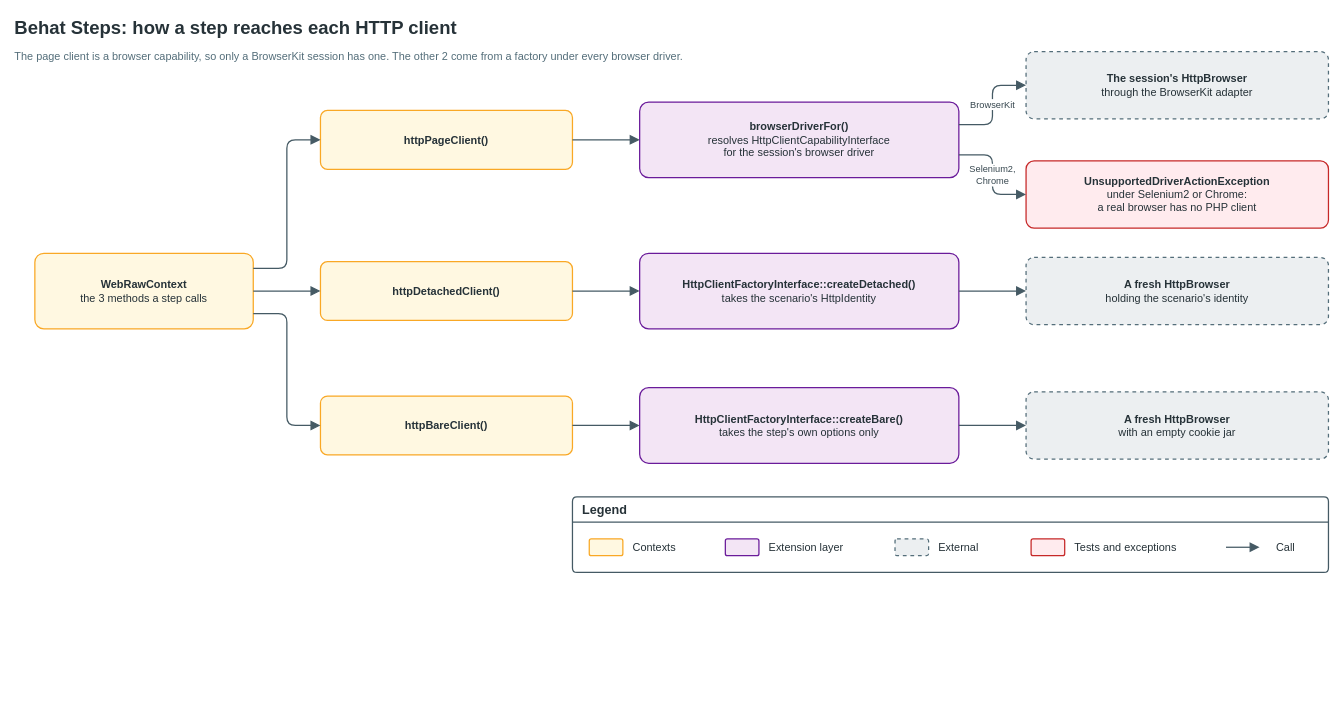
This is docs/content/guides/http-client-methods.drawio from drevops/behat-steps, a draw.io file, before an edit. Source tidied: cells renumbered, new cells numbered last; positions are measured from the earlier drawing's top-left corner, leaving out a move shared by most shapes. Both pictures are drawn from the tidied source at 84%, with x=0, y=0 at pixel (14, 14).
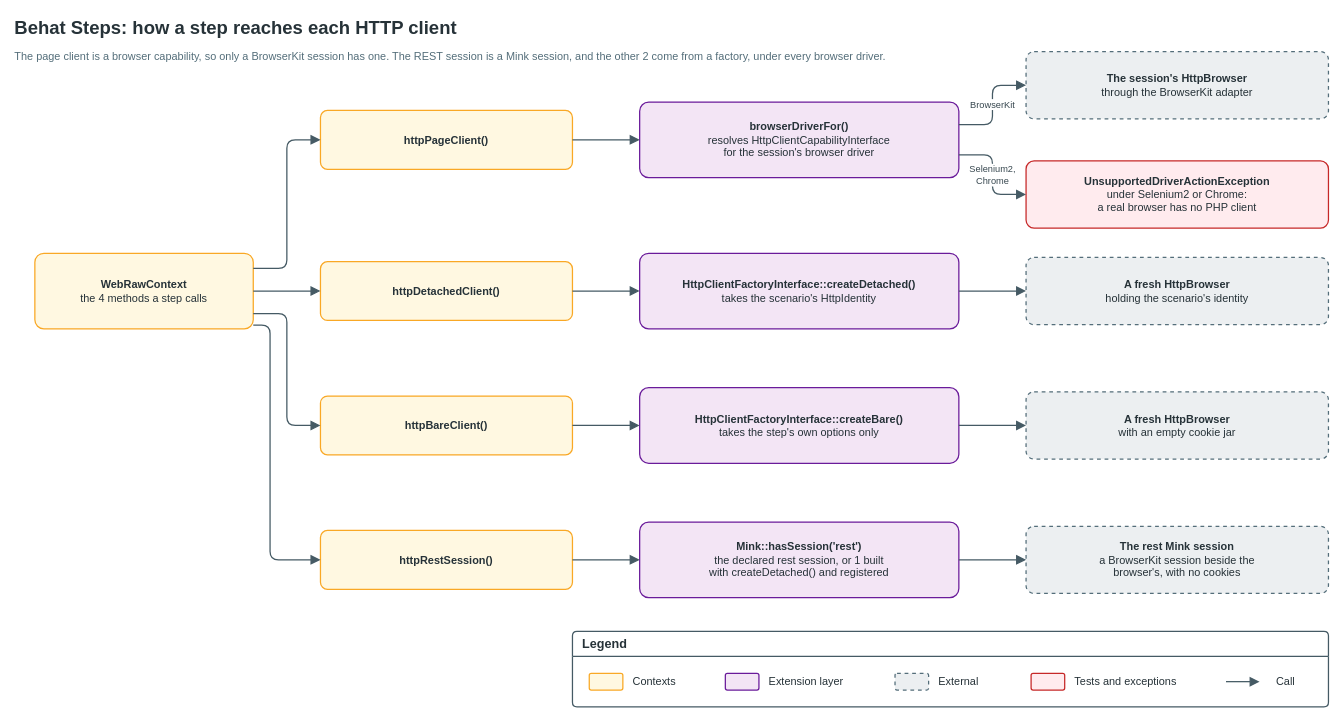
Above is the later version.

What changed in the source:
```diff
@@
-    <mxCell id="3" value="The page client is a browser capability, so only a BrowserKit session has one. The other 2 come from a factory under every browser driver." style="text;html=1;whiteSpace=nowrap;align=left;verticalAlign=middle;spacing=0;fontFamily=Helvetica;fontSize=13;fontColor=#546E7A;" parent="1" vertex="1">
+    <mxCell id="3" value="The page client is a browser capability, so only a BrowserKit session has one. The REST session is a Mink session, and the other 2 come from a factory, under every browser driver." style="text;html=1;whiteSpace=nowrap;align=left;verticalAlign=middle;spacing=0;fontFamily=Helvetica;fontSize=13;fontColor=#546E7A;" parent="1" vertex="1">
       <mxGeometry y="38" width="1180" height="22" as="geometry" />
     </mxCell>
-    <mxCell id="4" value="&lt;b&gt;WebRawContext&lt;/b&gt;&lt;br&gt;the 3 methods a step calls" style="rounded=1;arcSize=12;whiteSpace=wrap;html=1;strokeWidth=1.5;fontFamily=Helvetica;fontSize=13;fontColor=#263238;spacing=8;fillColor=#FFF8E1;strokeColor=#F9A825;" parent="1" vertex="1">
+    <mxCell id="4" value="&lt;b&gt;WebRawContext&lt;/b&gt;&lt;br&gt;the 4 methods a step calls" style="rounded=1;arcSize=12;whiteSpace=wrap;html=1;strokeWidth=1.5;fontFamily=Helvetica;fontSize=13;fontColor=#263238;spacing=8;fillColor=#FFF8E1;strokeColor=#F9A825;" parent="1" vertex="1">
       <mxGeometry x="24" y="284" width="260" height="90" as="geometry" />
     </mxCell>
@@
+    <mxCell id="36" value="&lt;b&gt;httpRestSession()&lt;/b&gt;" style="rounded=1;arcSize=12;whiteSpace=wrap;html=1;strokeWidth=1.5;fontFamily=Helvetica;fontSize=13;fontColor=#263238;spacing=8;fillColor=#FFF8E1;strokeColor=#F9A825;" parent="1" vertex="1">
+      <mxGeometry x="364" y="614" width="300" height="70" as="geometry" />
+    </mxCell>
+    <mxCell id="37" value="&lt;b&gt;Mink::hasSession('rest')&lt;/b&gt;&lt;br&gt;the declared rest session, or 1 built&lt;br&gt;with createDetached() and registered" style="rounded=1;arcSize=12;whiteSpace=wrap;html=1;strokeWidth=1.5;fontFamily=Helvetica;fontSize=13;fontColor=#263238;spacing=8;fillColor=#F3E5F5;strokeColor=#6A1B9A;" parent="1" vertex="1">
+      <mxGeometry x="744" y="604" width="380" height="90" as="geometry" />
+    </mxCell>
+    <mxCell id="38" value="&lt;b&gt;The rest Mink session&lt;/b&gt;&lt;br&gt;a BrowserKit session beside the&lt;br&gt;browser's, with no cookies" style="rounded=1;arcSize=12;whiteSpace=wrap;html=1;strokeWidth=1.5;fontFamily=Helvetica;fontSize=13;fontColor=#263238;spacing=8;fillColor=#ECEFF1;strokeColor=#546E7A;dashed=1;" parent="1" vertex="1">
+      <mxGeometry x="1204" y="609" width="360" height="80" as="geometry" />
+    </mxCell>
     <mxCell id="15" value="Legend" style="swimlane;startSize=30;rounded=1;arcSize=6;html=1;whiteSpace=wrap;fontFamily=Helvetica;fontSize=15;fontStyle=1;fontColor=#263238;align=left;spacingLeft=10;strokeWidth=1.5;fillColor=#FFFFFF;swimlaneFillColor=#FFFFFF;strokeColor=#455A64;" parent="1" vertex="1">
-      <mxGeometry x="664" y="574" width="900" height="90" as="geometry" />
+      <mxGeometry x="664" y="734" width="900" height="90" as="geometry" />
     </mxCell>
@@
+    <mxCell id="39" style="edgeStyle=orthogonalEdgeStyle;rounded=1;jettySize=auto;html=1;strokeWidth=1.5;fontFamily=Helvetica;fontSize=11;fontColor=#37474F;labelBackgroundColor=#ffffff;endSize=8;strokeColor=#455A64;endArrow=block;endFill=1;exitX=1;exitY=0.95;exitDx=0;exitDy=0;entryX=0;entryY=0.5;entryDx=0;entryDy=0;" parent="1" edge="1" source="4" target="36">
+      <mxGeometry relative="1" as="geometry">
+        <Array as="points">
+          <mxPoint x="304" y="369" />
+          <mxPoint x="304" y="649" />
+        </Array>
+      </mxGeometry>
+    </mxCell>
+    <mxCell id="40" style="edgeStyle=orthogonalEdgeStyle;rounded=1;jettySize=auto;html=1;strokeWidth=1.5;fontFamily=Helvetica;fontSize=11;fontColor=#37474F;labelBackgroundColor=#ffffff;endSize=8;strokeColor=#455A64;endArrow=block;endFill=1;exitX=1;exitY=0.5;exitDx=0;exitDy=0;entryX=0;entryY=0.5;entryDx=0;entryDy=0;" parent="1" edge="1" source="36" target="37">
+      <mxGeometry relative="1" as="geometry" />
+    </mxCell>
+    <mxCell id="41" style="edgeStyle=orthogonalEdgeStyle;rounded=1;jettySize=auto;html=1;strokeWidth=1.5;fontFamily=Helvetica;fontSize=11;fontColor=#37474F;labelBackgroundColor=#ffffff;endSize=8;strokeColor=#455A64;endArrow=block;endFill=1;exitX=1;exitY=0.5;exitDx=0;exitDy=0;entryX=0;entryY=0.5;entryDx=0;entryDy=0;" parent="1" edge="1" source="37" target="38">
+      <mxGeometry relative="1" as="geometry" />
+    </mxCell>
```
